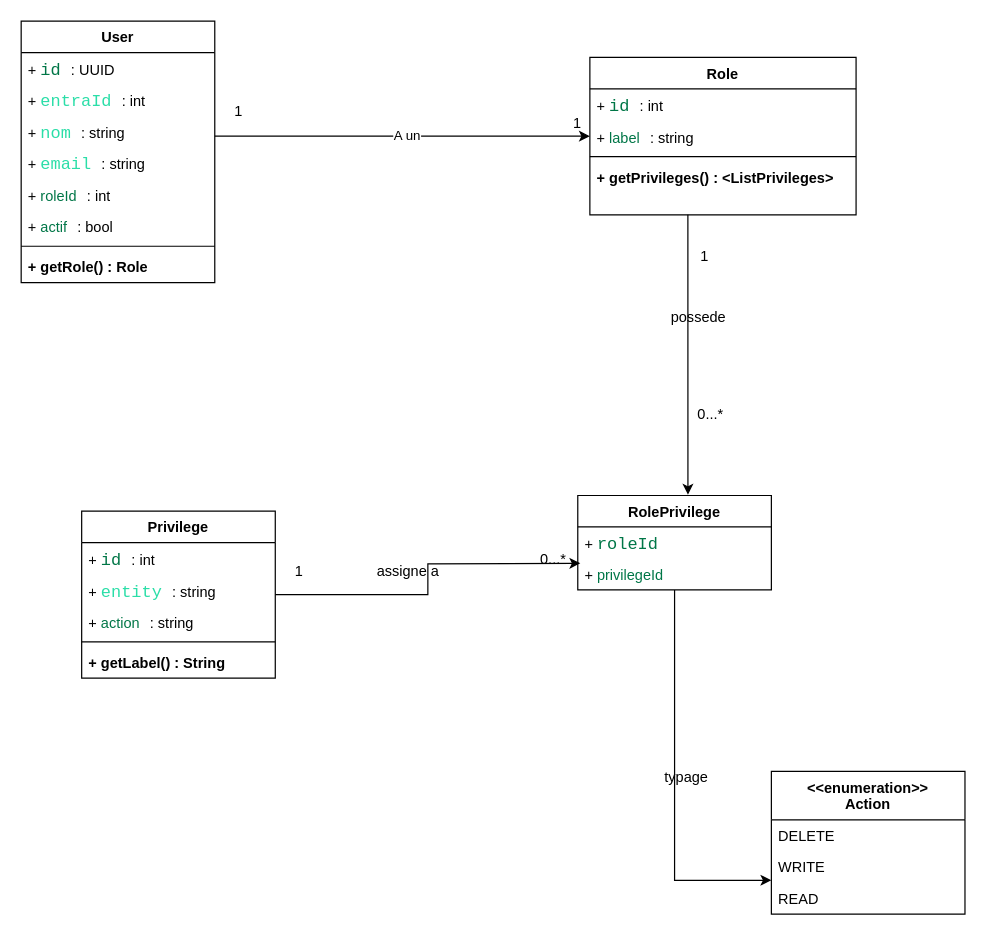
Earlier version of the draw.io diagram RolePrivReferentiel.drawio (LeloKarma/website). Source tidied: cells renumbered, new cells numbered last; positions are measured from the earlier drawing's top-left corner, leaving out a move shared by most shapes. Both pictures are drawn from the tidied source at 121%, with x=0, y=0 at pixel (21, 21).
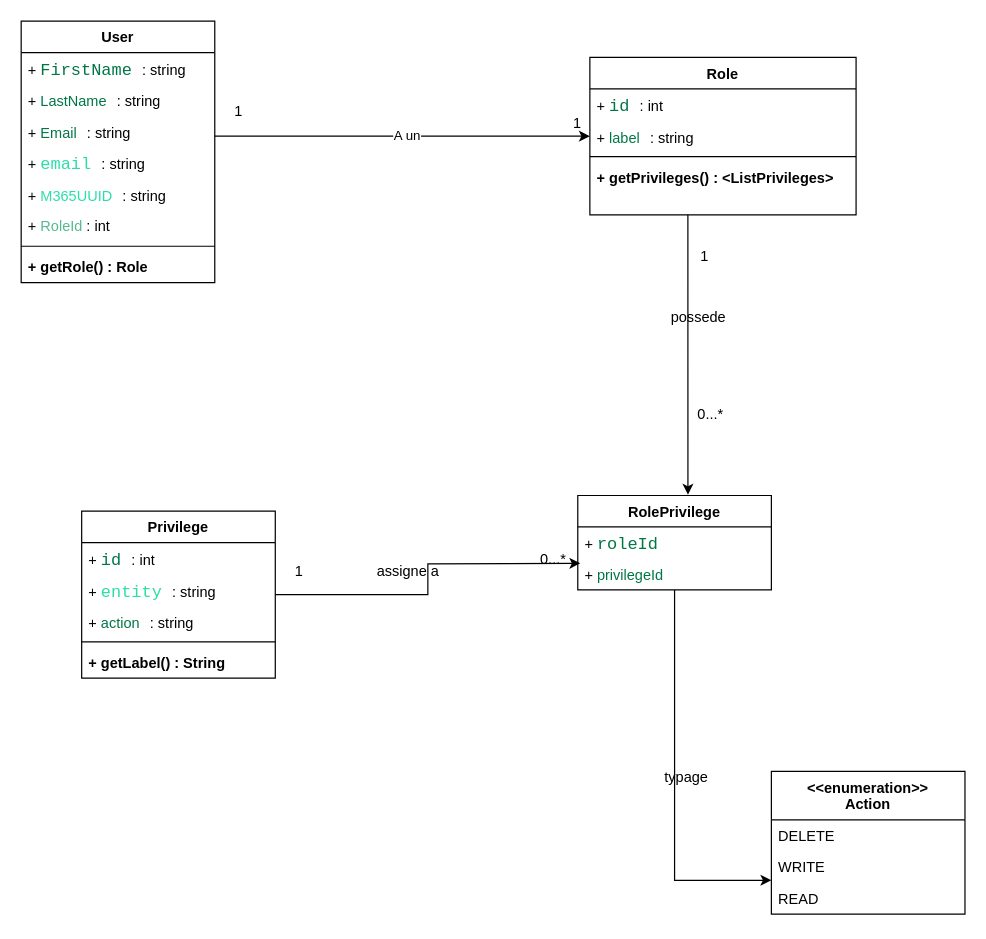
The same diagram, later.

Commit message (it also covers changes not shown here):
Mettre à jour RolePrivReferentiel.drawio

Unchanged cells that the change refers to:
```xml
<mxCell id="4" value="User" style="swimlane;fontStyle=1;align=center;verticalAlign=top;horizontal=1;startSize=26;whiteSpace=wrap;html=1;" parent="1" vertex="1">
  <mxGeometry width="160" height="216" as="geometry" />
</mxCell>
```

The edit, as a diff of the source:
```diff
@@
-    <mxCell id="5" value="+ &lt;font color=&quot;#007647&quot; face=&quot;Consolas, Courier New, monospace&quot;&gt;&lt;span style=&quot;font-size: 14px; white-space: pre;&quot;&gt;id &lt;/span&gt;&lt;/font&gt;&lt;span style=&quot;background-color: transparent; color: light-dark(rgb(0, 0, 0), rgb(255, 255, 255));&quot;&gt;: UUID&lt;/span&gt;" style="text;strokeColor=none;fillColor=none;align=left;verticalAlign=top;spacingLeft=4;spacingRight=4;overflow=hidden;whiteSpace=wrap;html=1;" parent="4" vertex="1">
+    <mxCell id="5" value="+ &lt;font color=&quot;#007647&quot; face=&quot;Consolas, Courier New, monospace&quot;&gt;&lt;span style=&quot;font-size: 14px; white-space: pre;&quot;&gt;FirstName &lt;/span&gt;&lt;/font&gt;&lt;span style=&quot;background-color: transparent; color: light-dark(rgb(0, 0, 0), rgb(255, 255, 255));&quot;&gt;:&amp;nbsp;&lt;/span&gt;string" style="text;strokeColor=none;fillColor=none;align=left;verticalAlign=top;spacingLeft=4;spacingRight=4;overflow=hidden;whiteSpace=wrap;html=1;" parent="4" vertex="1">
       <mxGeometry y="26" width="160" height="26" as="geometry" />
     </mxCell>
-    <mxCell id="6" value="+&amp;nbsp;&lt;span style=&quot;font-family: Consolas, &amp;quot;Courier New&amp;quot;, monospace; font-size: 14px; white-space: pre; color: rgb(43, 222, 168);&quot;&gt;entraId&lt;/span&gt;&lt;span style=&quot;font-family: Consolas, &amp;quot;Courier New&amp;quot;, monospace; font-size: 14px; white-space: pre;&quot;&gt;&lt;font color=&quot;#a22889&quot;&gt; &lt;/font&gt;&lt;/span&gt;&lt;span style=&quot;background-color: transparent; color: light-dark(rgb(0, 0, 0), rgb(255, 255, 255));&quot;&gt;: int&lt;/span&gt;" style="text;strokeColor=none;fillColor=none;align=left;verticalAlign=top;spacingLeft=4;spacingRight=4;overflow=hidden;whiteSpace=wrap;html=1;" parent="4" vertex="1">
+    <mxCell id="6" value="+ &lt;font color=&quot;#007647&quot;&gt;LastName&lt;/font&gt;&lt;span style=&quot;font-family: Consolas, &amp;quot;Courier New&amp;quot;, monospace; font-size: 14px; white-space: pre;&quot;&gt;&lt;font color=&quot;#a22889&quot;&gt; &lt;/font&gt;&lt;/span&gt;&lt;span style=&quot;background-color: transparent; color: light-dark(rgb(0, 0, 0), rgb(255, 255, 255));&quot;&gt;:&amp;nbsp;&lt;/span&gt;string" style="text;strokeColor=none;fillColor=none;align=left;verticalAlign=top;spacingLeft=4;spacingRight=4;overflow=hidden;whiteSpace=wrap;html=1;" parent="4" vertex="1">
       <mxGeometry y="52" width="160" height="26" as="geometry" />
     </mxCell>
-    <mxCell id="7" value="+&amp;nbsp;&lt;span style=&quot;font-family: Consolas, &amp;quot;Courier New&amp;quot;, monospace; font-size: 14px; white-space: pre; color: rgb(43, 222, 168);&quot;&gt;nom&lt;/span&gt;&lt;span style=&quot;font-family: Consolas, &amp;quot;Courier New&amp;quot;, monospace; font-size: 14px; white-space: pre;&quot;&gt;&lt;font color=&quot;#a22889&quot;&gt; &lt;/font&gt;&lt;/span&gt;&lt;span style=&quot;background-color: transparent; color: light-dark(rgb(0, 0, 0), rgb(255, 255, 255));&quot;&gt;: string&lt;/span&gt;" style="text;strokeColor=none;fillColor=none;align=left;verticalAlign=top;spacingLeft=4;spacingRight=4;overflow=hidden;whiteSpace=wrap;html=1;" parent="4" vertex="1">
+    <mxCell id="7" value="+ &lt;font color=&quot;#007647&quot;&gt;Email&lt;/font&gt;&lt;span style=&quot;font-family: Consolas, &amp;quot;Courier New&amp;quot;, monospace; font-size: 14px; white-space: pre;&quot;&gt;&lt;font color=&quot;#a22889&quot;&gt; &lt;/font&gt;&lt;/span&gt;&lt;span style=&quot;background-color: transparent; color: light-dark(rgb(0, 0, 0), rgb(255, 255, 255));&quot;&gt;: string&lt;/span&gt;" style="text;strokeColor=none;fillColor=none;align=left;verticalAlign=top;spacingLeft=4;spacingRight=4;overflow=hidden;whiteSpace=wrap;html=1;" parent="4" vertex="1">
       <mxGeometry y="78" width="160" height="26" as="geometry" />
     </mxCell>
@@
-    <mxCell id="9" value="+ &lt;font style=&quot;color: light-dark(rgb(0, 118, 71), rgb(43, 222, 168));&quot;&gt;roleId&lt;/font&gt;&lt;span style=&quot;font-family: Consolas, &amp;quot;Courier New&amp;quot;, monospace; font-size: 14px; white-space: pre;&quot;&gt;&lt;font color=&quot;#a22889&quot;&gt; &lt;/font&gt;&lt;/span&gt;&lt;span style=&quot;background-color: transparent; color: light-dark(rgb(0, 0, 0), rgb(255, 255, 255));&quot;&gt;: int&lt;/span&gt;" style="text;strokeColor=none;fillColor=none;align=left;verticalAlign=top;spacingLeft=4;spacingRight=4;overflow=hidden;whiteSpace=wrap;html=1;" parent="4" vertex="1">
+    <mxCell id="9" value="+ &lt;font color=&quot;#2bdea8&quot;&gt;M365UUID&lt;/font&gt;&lt;span style=&quot;font-family: Consolas, &amp;quot;Courier New&amp;quot;, monospace; font-size: 14px; white-space: pre;&quot;&gt;&lt;font color=&quot;#a22889&quot;&gt; &lt;/font&gt;&lt;/span&gt;&lt;span style=&quot;background-color: transparent; color: light-dark(rgb(0, 0, 0), rgb(255, 255, 255));&quot;&gt;:&amp;nbsp;&lt;/span&gt;string" style="text;strokeColor=none;fillColor=none;align=left;verticalAlign=top;spacingLeft=4;spacingRight=4;overflow=hidden;whiteSpace=wrap;html=1;" parent="4" vertex="1">
       <mxGeometry y="130" width="160" height="26" as="geometry" />
     </mxCell>
-    <mxCell id="10" value="+ &lt;font color=&quot;#007647&quot;&gt;actif&lt;/font&gt;&lt;span style=&quot;font-family: Consolas, &amp;quot;Courier New&amp;quot;, monospace; font-size: 14px; white-space: pre;&quot;&gt;&lt;font color=&quot;#a22889&quot;&gt; &lt;/font&gt;&lt;/span&gt;&lt;span style=&quot;background-color: transparent; color: light-dark(rgb(0, 0, 0), rgb(255, 255, 255));&quot;&gt;: bool&lt;/span&gt;" style="text;strokeColor=none;fillColor=none;align=left;verticalAlign=top;spacingLeft=4;spacingRight=4;overflow=hidden;whiteSpace=wrap;html=1;" parent="4" vertex="1">
+    <mxCell id="10" value="+ &lt;font color=&quot;#54b991&quot;&gt;RoleId&amp;nbsp;&lt;/font&gt;&lt;span style=&quot;background-color: transparent; color: light-dark(rgb(0, 0, 0), rgb(255, 255, 255));&quot;&gt;: int&lt;/span&gt;" style="text;strokeColor=none;fillColor=none;align=left;verticalAlign=top;spacingLeft=4;spacingRight=4;overflow=hidden;whiteSpace=wrap;html=1;" parent="4" vertex="1">
       <mxGeometry y="156" width="160" height="26" as="geometry" />
     </mxCell>
```
